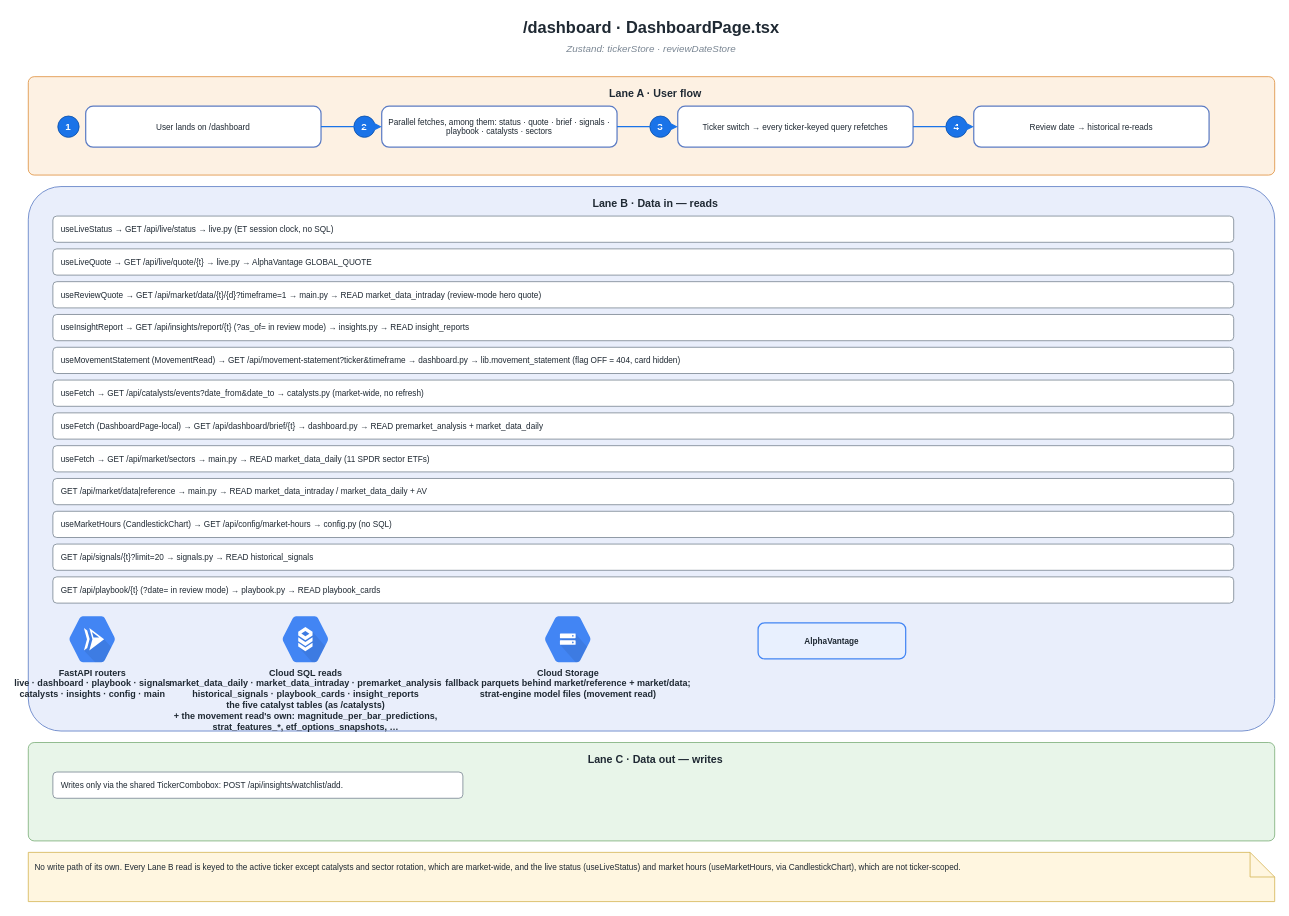
Earlier version of the draw.io diagram page "3 · Dashboard" (4 of 15) of Frontend-icons.drawio (TeneikaAskew/solyra). Source tidied: cells renumbered, new cells numbered last; positions are measured from the earlier drawing's top-left corner, leaving out a move shared by most shapes. Both pictures are drawn from the tidied source at 82%, with x=0, y=0 at pixel (28, 14).
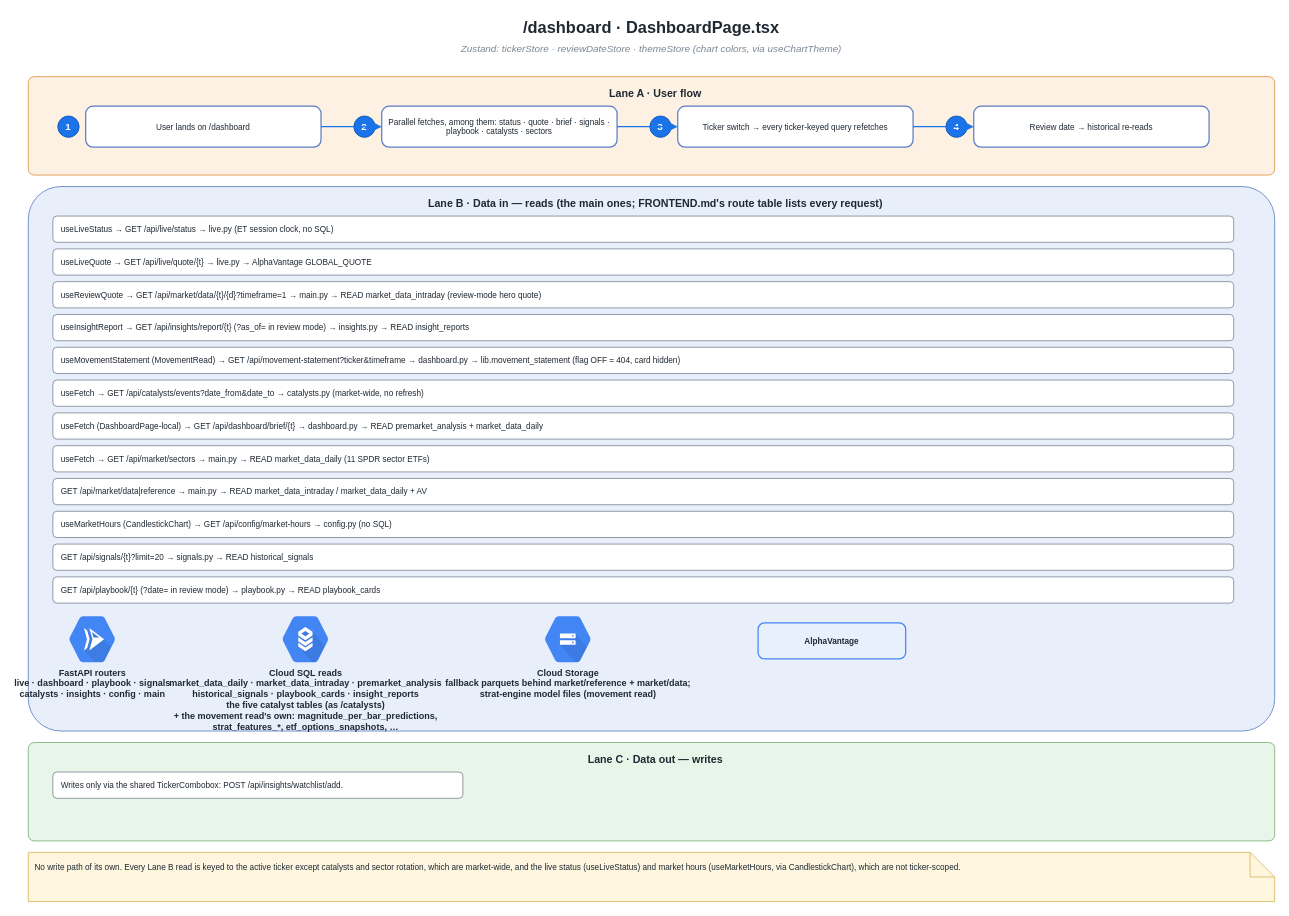
After the change.

Commit message (it also covers changes not shown here):
docs: list every request a route makes, shell calls included

Change to the diagram source:
```diff
@@
-    <mxCell id="3" value="Zustand: tickerStore · reviewDateStore" style="text;html=1;strokeColor=none;fillColor=none;align=center;verticalAlign=middle;whiteSpace=wrap;rounded=0;fontSize=12;fontStyle=2;fontColor=#7b8794;" parent="1" vertex="1">
+    <mxCell id="3" value="Zustand: tickerStore · reviewDateStore · themeStore (chart colors, via useChartTheme)" style="text;html=1;strokeColor=none;fillColor=none;align=center;verticalAlign=middle;whiteSpace=wrap;rounded=0;fontSize=12;fontStyle=2;fontColor=#7b8794;" parent="1" vertex="1">
       <mxGeometry y="32" width="1520" height="20" as="geometry" />
     </mxCell>
@@
-    <mxCell id="16" value="Lane B · Data in — reads" style="rounded=1;arcSize=6;whiteSpace=wrap;html=1;fillColor=#e9eefb;strokeColor=#5c7cc4;dashed=0;verticalAlign=top;fontStyle=1;fontSize=13;fontColor=#1f2933;spacingTop=6;spacingLeft=10;" parent="1" vertex="1">
+    <mxCell id="16" value="Lane B · Data in — reads (the main ones; FRONTEND.md's route table lists every request)" style="rounded=1;arcSize=6;whiteSpace=wrap;html=1;fillColor=#e9eefb;strokeColor=#5c7cc4;dashed=0;verticalAlign=top;fontStyle=1;fontSize=13;fontColor=#1f2933;spacingTop=6;spacingLeft=10;" parent="1" vertex="1">
       <mxGeometry y="210" width="1520" height="664" as="geometry" />
     </mxCell>
```
